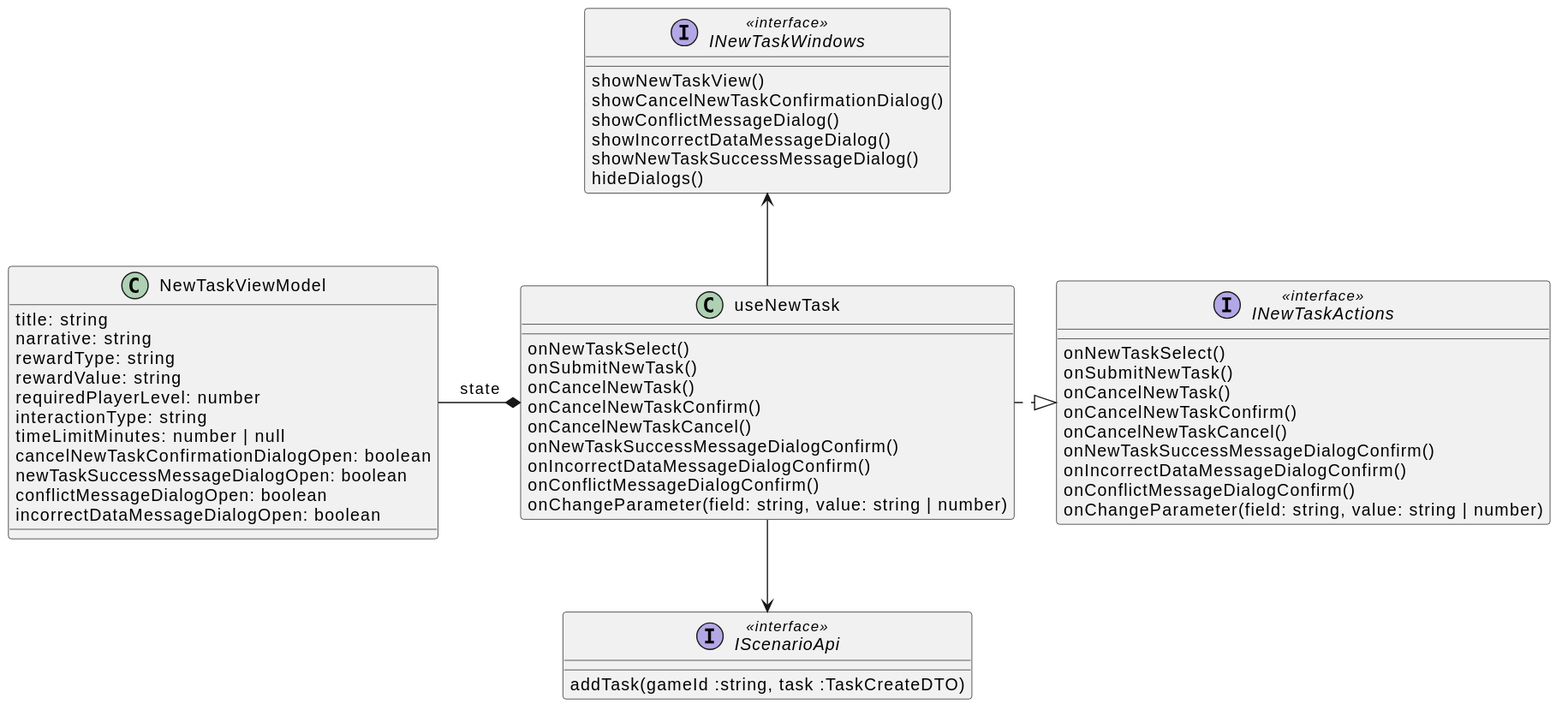
Before: diagrams/frontend/rendered/new-task-presenter.svg, a diagram exported from PlantUML (Igor-Ochocki/POP-2026Z).
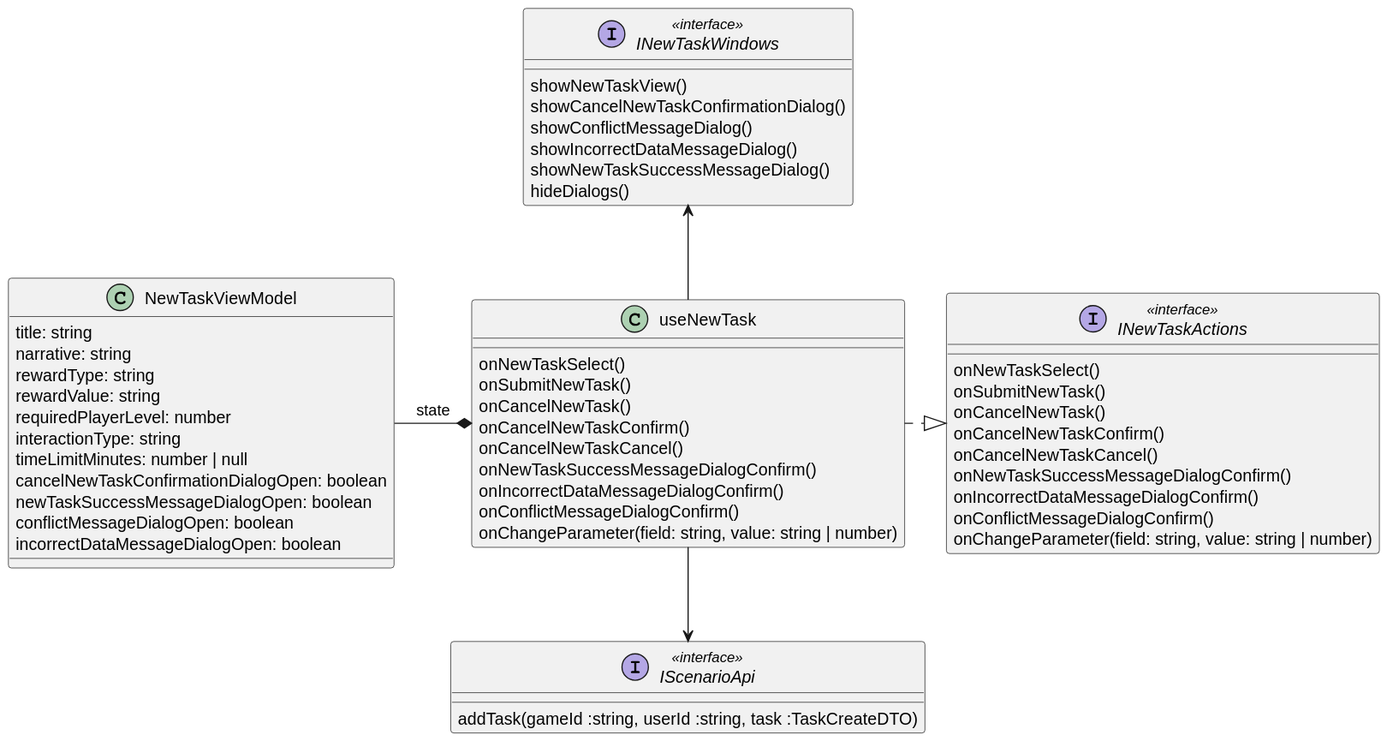
The same diagram one commit later.

What changed in the source:
```diff
@@ -29,7 +29,7 @@
 useNewTask -u-> INewTaskWindows
 
 interface IScenarioApi <<interface>> {
-    addTask(gameId :string, task :TaskCreateDTO)
+    addTask(gameId :string, userId :string, task :TaskCreateDTO)
 }
 
 interface INewTaskWindows <<interface>> {
```
